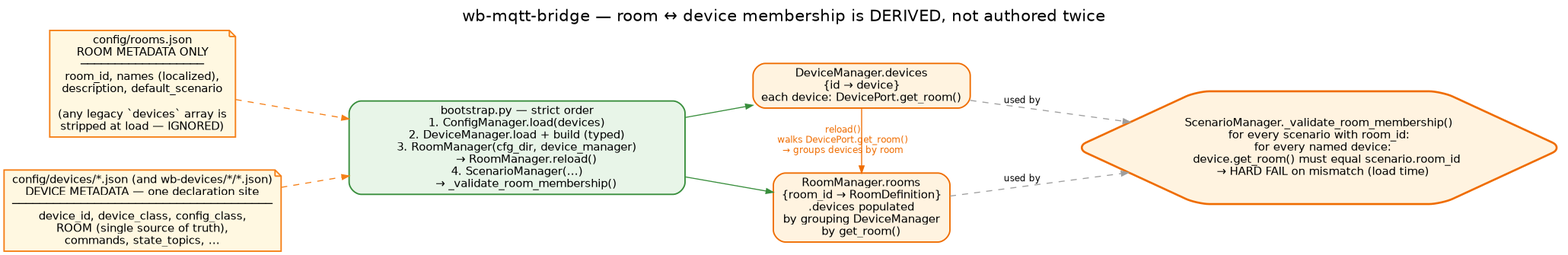
Above: docs/images/room-membership.png in droman42/wb-mqtt-bridge (Graphviz), before the change. Its source is kept beside it as docs/images/room-membership.dot. The source it was exported from:
```dot
digraph room_membership {
  rankdir=LR;
  bgcolor="white";
  splines=spline;
  nodesep=0.45; ranksep=0.9;
  fontname="Helvetica"; labelloc=t; fontsize=16;
  label="wb-mqtt-bridge — room ↔ device membership is DERIVED, not authored twice";

  node [fontname="Helvetica", fontsize=11, shape=box, style="filled,rounded", penwidth=1.4];
  edge [fontname="Helvetica", fontsize=9, color="#9e9e9e", arrowsize=0.7];

  rooms_json [shape=note, fillcolor="#fff8e1", color="#f57f17",
              label="config/rooms.json\nROOM METADATA ONLY\n──────────────────\nroom_id, names (localized),\ndescription, default_scenario\n\n(any legacy `devices` array is\nstripped at load — IGNORED)"];

  device_configs [shape=note, fillcolor="#fff8e1", color="#f57f17",
                  label="config/devices/*.json (and wb-devices/*/*.json)\nDEVICE METADATA — one declaration site\n──────────────────────────────────────\ndevice_id, device_class, config_class,\nROOM (single source of truth),\ncommands, state_topics, …"];

  bootstrap [label="bootstrap.py — strict order\n1. ConfigManager.load(devices)\n2. DeviceManager.load + build (typed)\n3. RoomManager(cfg_dir, device_manager)\n     → RoomManager.reload()\n4. ScenarioManager(...)\n     → _validate_room_membership()",
             fillcolor="#e8f5e8", color="#388e3c", width=4.6];

  dev_mgr [label="DeviceManager.devices\n{id → device}\neach device: DevicePort.get_room()",
           fillcolor="#fff3e0", color="#ef6c00"];
  room_mgr [label="RoomManager.rooms\n{room_id → RoomDefinition}\n.devices populated\nby grouping DeviceManager\nby get_room()",
            fillcolor="#fff3e0", color="#ef6c00"];

  invariant [label="ScenarioManager._validate_room_membership()\nfor every scenario with room_id:\n  for every named device:\n    device.get_room() must equal scenario.room_id\n  → HARD FAIL on mismatch (load time)",
             fillcolor="#fff3e0", color="#ef6c00", penwidth=2, shape=hexagon];

  rooms_json     -> bootstrap [style=dashed, color="#f57f17"];
  device_configs -> bootstrap [style=dashed, color="#f57f17"];
  bootstrap      -> dev_mgr   [color="#388e3c"];
  bootstrap      -> room_mgr  [color="#388e3c"];
  dev_mgr        -> room_mgr  [label="reload()\nwalks DevicePort.get_room()\n→ groups devices by room", color="#ef6c00", fontcolor="#ef6c00"];
  room_mgr       -> invariant [label="used by", style=dashed];
  dev_mgr        -> invariant [label="used by", style=dashed];

  {rank=same; rooms_json; device_configs}
  {rank=same; dev_mgr; room_mgr}
}
```
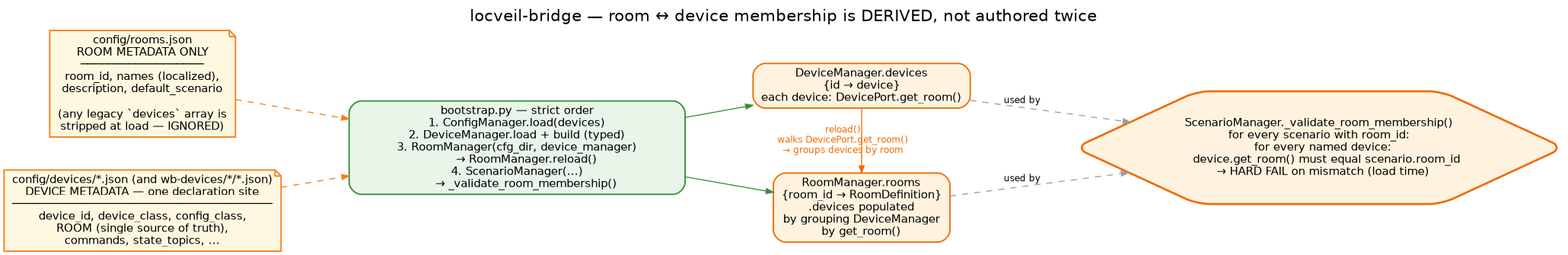
Above is the later version.

Change to the diagram source:
```diff
@@ -4,7 +4,7 @@
   splines=spline;
   nodesep=0.45; ranksep=0.9;
   fontname="Helvetica"; labelloc=t; fontsize=16;
-  label="wb-mqtt-bridge — room ↔ device membership is DERIVED, not authored twice";
+  label="locveil-bridge — room ↔ device membership is DERIVED, not authored twice";
 
   node [fontname="Helvetica", fontsize=11, shape=box, style="filled,rounded", penwidth=1.4];
   edge [fontname="Helvetica", fontsize=9, color="#9e9e9e", arrowsize=0.7];
```
